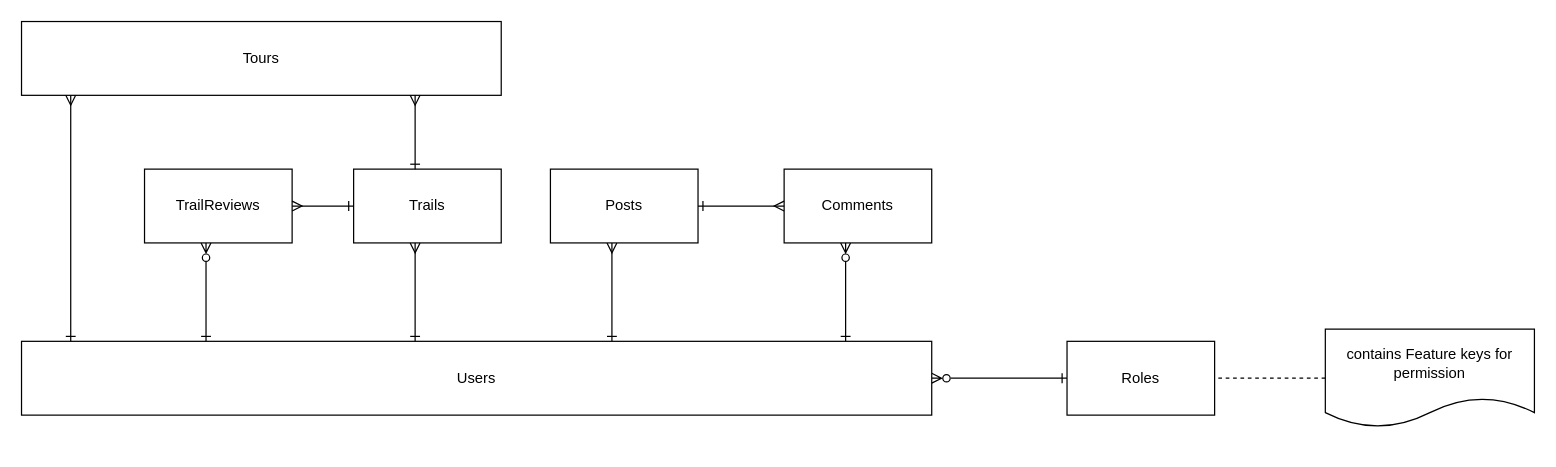
The draw.io diagram page "Modeling" (2 of 3) of docs/draw/sentang.drawio in chavp/DataModeling, before the edit. Source tidied: cells renumbered, new cells numbered last; positions are measured from the earlier drawing's top-left corner, leaving out a move shared by most shapes. Both pictures are drawn from the tidied source at 123%, with x=0, y=0 at pixel (21, 21).
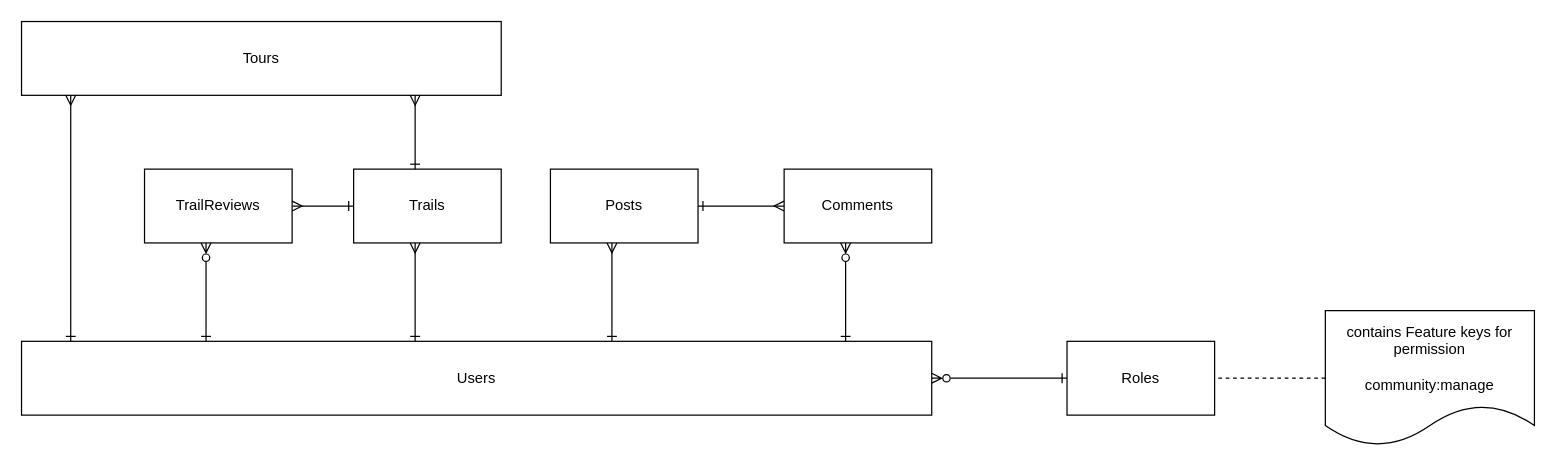
Above is the later version.

Change to the diagram source:
```diff
@@
-    <mxCell id="16" value="contains Feature keys for permission" style="shape=document;whiteSpace=wrap;html=1;boundedLbl=1;" parent="1" vertex="1">
-      <mxGeometry x="1060" y="250" width="170" height="80" as="geometry" />
+    <mxCell id="16" value="contains Feature keys for permission&lt;div&gt;&lt;br&gt;&lt;div&gt;community:manage&lt;/div&gt;&lt;/div&gt;" style="shape=document;whiteSpace=wrap;html=1;boundedLbl=1;" parent="1" vertex="1">
+      <mxGeometry x="1060" y="235" width="170" height="110" as="geometry" />
     </mxCell>
```
